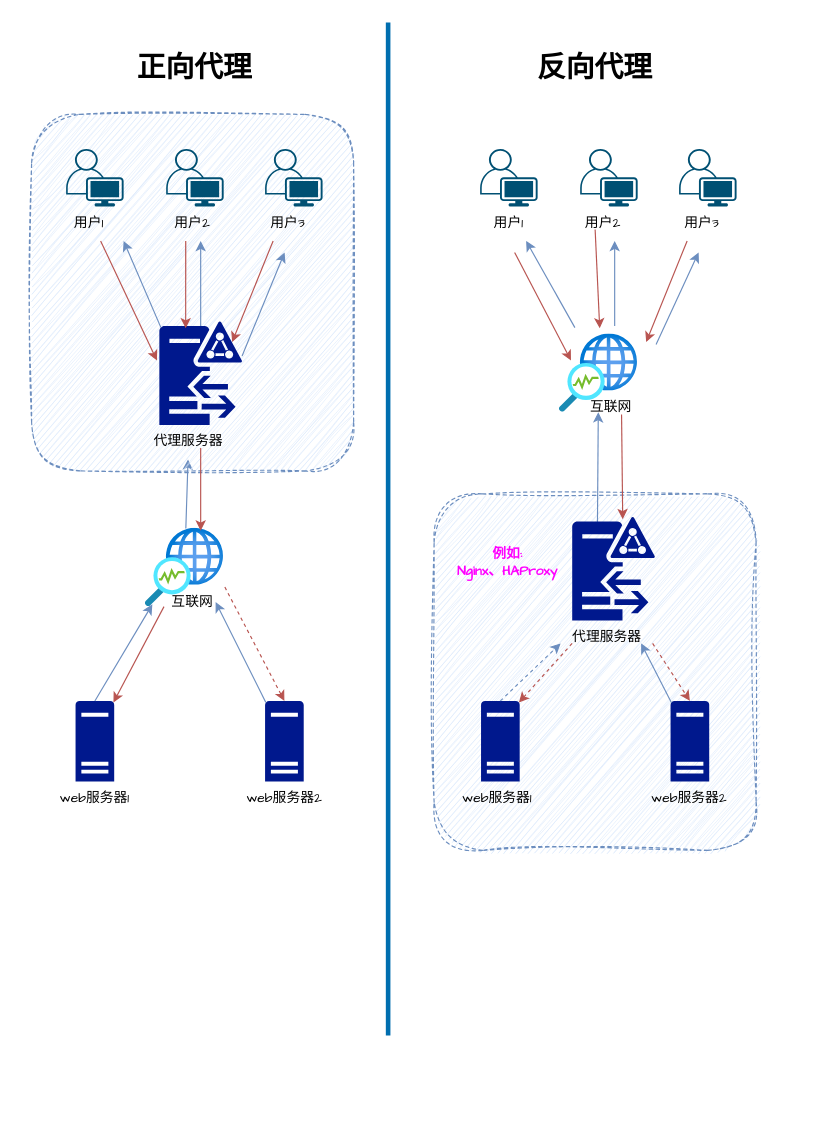
This is image-text/正向代理与反向代理.drawio from Rodert/javapub_oss, a draw.io file, before an edit. Source tidied: cells renumbered, new cells numbered last; positions are measured from the earlier drawing's top-left corner, leaving out a move shared by most shapes. Both pictures are drawn from the tidied source at 115%, with x=0, y=0 at pixel (31, 22).
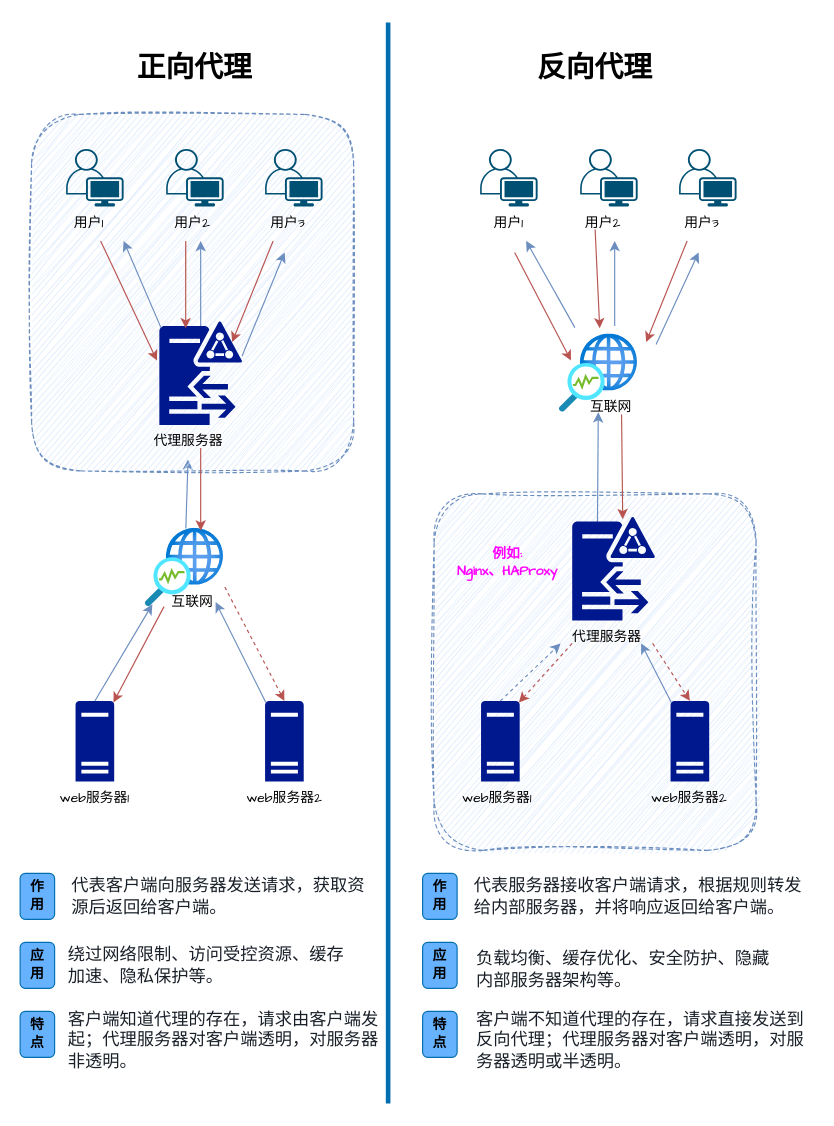
After the change.

Commit message (it also covers changes not shown here):
更新正向代理与反向代理.drawio

Change to the diagram source:
```diff
@@
     <mxCell id="41" style="endArrow=none;html=1;rounded=0;hachureGap=4;fontFamily=Architects Daughter;fillColor=#1ba1e2;strokeColor=#006EAF;strokeWidth=4;" parent="1" edge="1">
       <mxGeometry relative="1" as="geometry">
-        <mxPoint x="310" y="881" as="sourcePoint" />
+        <mxPoint x="310" y="940" as="sourcePoint" />
         <mxPoint x="310" as="targetPoint" />
       </mxGeometry>
     </mxCell>
@@
+    <mxCell id="60" value="&lt;font color=&quot;#000000&quot;&gt;&lt;b&gt;作&lt;br&gt;用&lt;/b&gt;&lt;/font&gt;" style="rounded=1;whiteSpace=wrap;html=1;hachureGap=4;fontFamily=Architects Daughter;shadow=0;fillColor=#66B2FF;strokeColor=#006EAF;fontColor=#ffffff;" parent="1" vertex="1">
+      <mxGeometry x="-10" y="740" width="30" height="40" as="geometry" />
+    </mxCell>
+    <mxCell id="61" value="&lt;font color=&quot;#000000&quot;&gt;&lt;b&gt;应&lt;br&gt;用&lt;br&gt;&lt;/b&gt;&lt;/font&gt;" style="rounded=1;whiteSpace=wrap;html=1;hachureGap=4;fontFamily=Architects Daughter;shadow=0;fillColor=#66B2FF;strokeColor=#006EAF;fontColor=#ffffff;" parent="1" vertex="1">
+      <mxGeometry x="-10" y="800" width="30" height="40" as="geometry" />
+    </mxCell>
+    <mxCell id="62" value="&lt;font color=&quot;#000000&quot;&gt;&lt;b&gt;特&lt;br&gt;点&lt;br&gt;&lt;/b&gt;&lt;/font&gt;" style="rounded=1;whiteSpace=wrap;html=1;hachureGap=4;fontFamily=Architects Daughter;shadow=0;fillColor=#66B2FF;strokeColor=#006EAF;fontColor=#ffffff;" parent="1" vertex="1">
+      <mxGeometry x="-10" y="860" width="30" height="40" as="geometry" />
+    </mxCell>
+    <mxCell id="63" value="&lt;span style=&quot;color: rgb(26, 32, 41); font-family: -apple-system, &amp;quot;system-ui&amp;quot;, &amp;quot;Segoe UI&amp;quot;, &amp;quot;Noto Sans&amp;quot;, Helvetica, Arial, sans-serif, &amp;quot;Apple Color Emoji&amp;quot;, &amp;quot;Segoe UI Emoji&amp;quot;; font-size: 15px; background-color: rgb(255, 255, 255);&quot;&gt;代表客户端向服务器发送请求，获取资源后返回给客户端。&lt;/span&gt;" style="text;html=1;align=left;verticalAlign=middle;whiteSpace=wrap;rounded=0;fontFamily=Architects Daughter;" parent="1" vertex="1">
+      <mxGeometry x="33" y="745" width="257" height="30" as="geometry" />
+    </mxCell>
+    <mxCell id="64" value="&lt;span style=&quot;color: rgb(26, 32, 41); font-family: -apple-system, &amp;quot;system-ui&amp;quot;, &amp;quot;Segoe UI&amp;quot;, &amp;quot;Noto Sans&amp;quot;, Helvetica, Arial, sans-serif, &amp;quot;Apple Color Emoji&amp;quot;, &amp;quot;Segoe UI Emoji&amp;quot;; font-size: 15px; background-color: rgb(255, 255, 255);&quot;&gt;绕过网络限制、访问受控资源、缓存加速、隐私保护等。&lt;/span&gt;" style="text;html=1;align=left;verticalAlign=middle;whiteSpace=wrap;rounded=0;fontFamily=Architects Daughter;" parent="1" vertex="1">
+      <mxGeometry x="30" y="805" width="251.8" height="30" as="geometry" />
+    </mxCell>
+    <mxCell id="65" value="&lt;span style=&quot;color: rgb(26, 32, 41); font-family: -apple-system, &amp;quot;system-ui&amp;quot;, &amp;quot;Segoe UI&amp;quot;, &amp;quot;Noto Sans&amp;quot;, Helvetica, Arial, sans-serif, &amp;quot;Apple Color Emoji&amp;quot;, &amp;quot;Segoe UI Emoji&amp;quot;; font-size: 15px; background-color: rgb(255, 255, 255);&quot;&gt;客户端知道代理的存在，请求由客户端发起；代理服务器对客户端透明，对服务器非透明。&lt;/span&gt;" style="text;html=1;align=left;verticalAlign=middle;whiteSpace=wrap;rounded=0;fontFamily=Architects Daughter;" parent="1" vertex="1">
+      <mxGeometry x="30" y="870" width="280" height="30" as="geometry" />
+    </mxCell>
+    <mxCell id="66" value="&lt;font color=&quot;#000000&quot;&gt;&lt;b&gt;作&lt;br&gt;用&lt;/b&gt;&lt;/font&gt;" style="rounded=1;whiteSpace=wrap;html=1;hachureGap=4;fontFamily=Architects Daughter;shadow=0;fillColor=#66B2FF;strokeColor=#006EAF;fontColor=#ffffff;" parent="1" vertex="1">
+      <mxGeometry x="340" y="740" width="30" height="40" as="geometry" />
+    </mxCell>
+    <mxCell id="67" value="&lt;font color=&quot;#000000&quot;&gt;&lt;b&gt;应&lt;br&gt;用&lt;br&gt;&lt;/b&gt;&lt;/font&gt;" style="rounded=1;whiteSpace=wrap;html=1;hachureGap=4;fontFamily=Architects Daughter;shadow=0;fillColor=#66B2FF;strokeColor=#006EAF;fontColor=#ffffff;" parent="1" vertex="1">
+      <mxGeometry x="340" y="800" width="30" height="40" as="geometry" />
+    </mxCell>
+    <mxCell id="68" value="&lt;font color=&quot;#000000&quot;&gt;&lt;b&gt;特&lt;br&gt;点&lt;br&gt;&lt;/b&gt;&lt;/font&gt;" style="rounded=1;whiteSpace=wrap;html=1;hachureGap=4;fontFamily=Architects Daughter;shadow=0;fillColor=#66B2FF;strokeColor=#006EAF;fontColor=#ffffff;" parent="1" vertex="1">
+      <mxGeometry x="340" y="860" width="30" height="40" as="geometry" />
+    </mxCell>
+    <mxCell id="69" value="&lt;span style=&quot;color: rgb(26, 32, 41); font-family: -apple-system, &amp;quot;system-ui&amp;quot;, &amp;quot;Segoe UI&amp;quot;, &amp;quot;Noto Sans&amp;quot;, Helvetica, Arial, sans-serif, &amp;quot;Apple Color Emoji&amp;quot;, &amp;quot;Segoe UI Emoji&amp;quot;; font-size: 15px; background-color: rgb(255, 255, 255);&quot;&gt;代表服务器接收客户端请求，根据规则转发给内部服务器，并将响应返回给客户端。&lt;/span&gt;" style="text;html=1;align=left;verticalAlign=middle;whiteSpace=wrap;rounded=0;fontFamily=Architects Daughter;" parent="1" vertex="1">
+      <mxGeometry x="383" y="745" width="287" height="30" as="geometry" />
+    </mxCell>
+    <mxCell id="70" value="&lt;span style=&quot;color: rgb(26, 32, 41); font-family: -apple-system, &amp;quot;system-ui&amp;quot;, &amp;quot;Segoe UI&amp;quot;, &amp;quot;Noto Sans&amp;quot;, Helvetica, Arial, sans-serif, &amp;quot;Apple Color Emoji&amp;quot;, &amp;quot;Segoe UI Emoji&amp;quot;; font-size: 15px; background-color: rgb(255, 255, 255);&quot;&gt;负载均衡、缓存优化、安全防护、隐藏内部服务器架构等。&lt;/span&gt;" style="text;html=1;align=left;verticalAlign=middle;whiteSpace=wrap;rounded=0;fontFamily=Architects Daughter;" parent="1" vertex="1">
+      <mxGeometry x="385" y="805" width="260" height="35" as="geometry" />
+    </mxCell>
+    <mxCell id="71" value="&lt;span style=&quot;color: rgb(26, 32, 41); font-family: -apple-system, &amp;quot;system-ui&amp;quot;, &amp;quot;Segoe UI&amp;quot;, &amp;quot;Noto Sans&amp;quot;, Helvetica, Arial, sans-serif, &amp;quot;Apple Color Emoji&amp;quot;, &amp;quot;Segoe UI Emoji&amp;quot;; font-size: 15px; background-color: rgb(255, 255, 255);&quot;&gt;客户端不知道代理的存在，请求直接发送到反向代理；代理服务器对客户端透明，对服务器透明或半透明。&lt;/span&gt;" style="text;html=1;align=left;verticalAlign=middle;whiteSpace=wrap;rounded=0;fontFamily=Architects Daughter;" parent="1" vertex="1">
+      <mxGeometry x="385" y="870" width="295" height="30" as="geometry" />
+    </mxCell>
```
